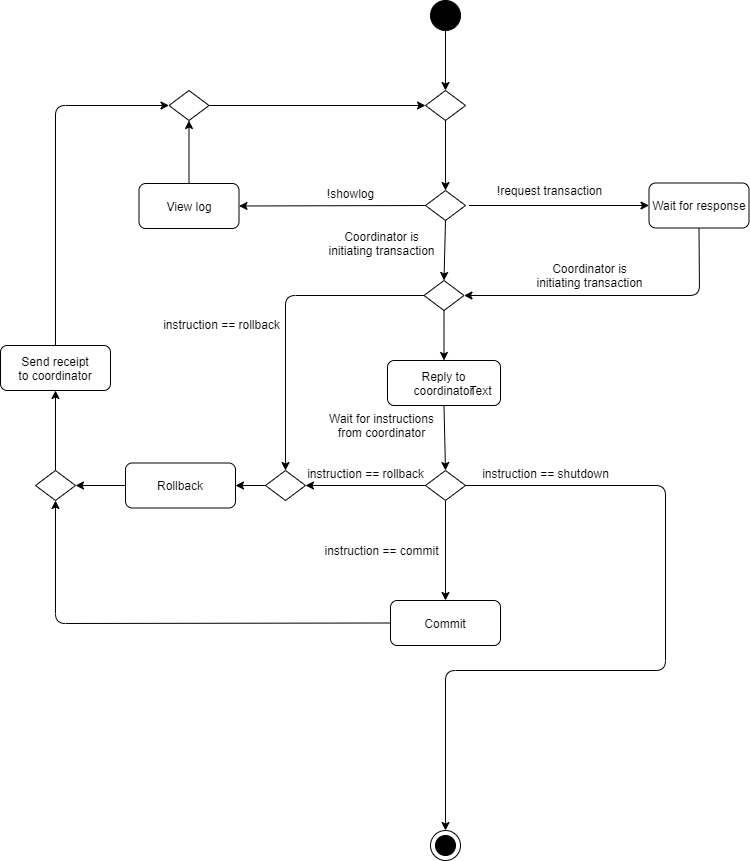
Before: documentation/figures/Aktivitetsdiagram.png, a diagram exported from draw.io (willdalh/tpcp). Source tidied: cells renumbered, new cells last; positions are measured from the earlier drawing's top-left corner, leaving out a move shared by most shapes.
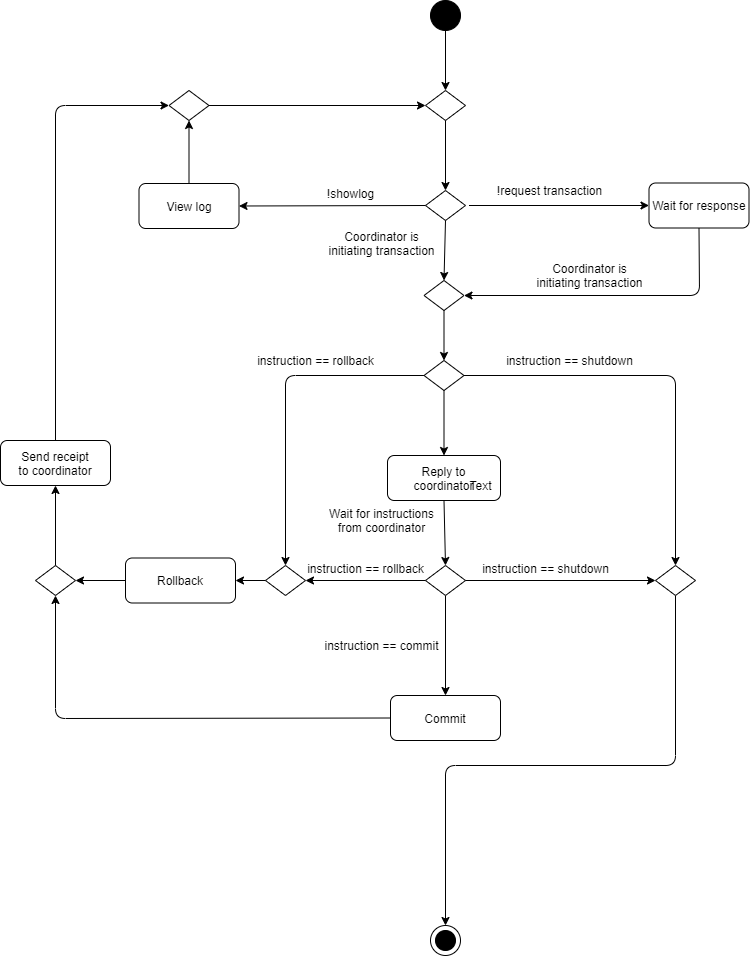
After the change.

Change to the diagram source:
```diff
@@ -3,10 +3,10 @@
     <mxCell id="0" />
     <mxCell id="1" parent="0" />
     <mxCell id="2" style="ellipse;whiteSpace=wrap;html=1;gradientColor=none;fillColor=#000000;" parent="1" vertex="1">
-      <mxGeometry x="430" width="30" height="30" as="geometry" />
+      <mxGeometry x="430" y="-95" width="30" height="30" as="geometry" />
     </mxCell>
     <mxCell id="3" style="rhombus;whiteSpace=wrap;html=1;fillColor=#FFFFFF;gradientColor=none;" parent="1" vertex="1">
-      <mxGeometry x="425" y="190" width="40" height="30" as="geometry" />
+      <mxGeometry x="425" y="95" width="40" height="30" as="geometry" />
     </mxCell>
     <mxCell id="4" style="endArrow=classic;html=1;exitX=0.5;exitY=1;exitDx=0;exitDy=0;entryX=0.5;entryY=0;entryDx=0;entryDy=0;" parent="1" edge="1" source="3" target="41">
       <mxGeometry relative="1" as="geometry" />
@@ -15,7 +15,7 @@
       <mxGeometry relative="1" as="geometry" />
     </mxCell>
     <mxCell id="6" value="Coordinator is&lt;br&gt;initiating transaction" style="text;html=1;align=center;verticalAlign=middle;" parent="1" vertex="1">
-      <mxGeometry x="321" y="227.5" width="120" height="30" as="geometry" />
+      <mxGeometry x="321" y="132.5" width="120" height="30" as="geometry" />
     </mxCell>
     <mxCell id="7" value="Reply to&lt;br&gt;coordinator" style="rounded=1;whiteSpace=wrap;html=1;fillColor=#FFFFFF;gradientColor=none;" parent="1" vertex="1">
       <mxGeometry x="387" y="360" width="113" height="45" as="geometry" />
@@ -27,40 +27,40 @@
       <mxGeometry relative="1" as="geometry" />
     </mxCell>
     <mxCell id="10" style="rhombus;whiteSpace=wrap;html=1;fillColor=#FFFFFF;gradientColor=none;" parent="1" vertex="1">
-      <mxGeometry x="425" y="90" width="40" height="30" as="geometry" />
+      <mxGeometry x="425" y="-5" width="40" height="30" as="geometry" />
     </mxCell>
     <mxCell id="11" style="endArrow=classic;html=1;exitX=0.5;exitY=1;exitDx=0;exitDy=0;entryX=0.5;entryY=0;entryDx=0;entryDy=0;" parent="1" edge="1" source="10" target="3">
       <mxGeometry relative="1" as="geometry" />
     </mxCell>
     <mxCell id="12" style="endArrow=classic;html=1;entryX=0;entryY=0.5;entryDx=0;entryDy=0;" parent="1" edge="1" target="14">
       <mxGeometry relative="1" as="geometry">
-        <mxPoint x="468.5" y="205" as="sourcePoint" />
+        <mxPoint x="468.5" y="110" as="sourcePoint" />
       </mxGeometry>
     </mxCell>
     <mxCell id="13" value="!request transaction" style="text;html=1;align=center;verticalAlign=middle;" parent="1" vertex="1">
-      <mxGeometry x="488.5" y="180" width="120" height="20" as="geometry" />
+      <mxGeometry x="488.5" y="85" width="120" height="20" as="geometry" />
     </mxCell>
     <mxCell id="14" value="Wait for response" style="rounded=1;whiteSpace=wrap;html=1;fillColor=#FFFFFF;gradientColor=none;" parent="1" vertex="1">
-      <mxGeometry x="648.5" y="182.5" width="100" height="45" as="geometry" />
+      <mxGeometry x="648.5" y="87.5" width="100" height="45" as="geometry" />
     </mxCell>
     <mxCell id="15" style="endArrow=classic;html=1;exitX=0.5;exitY=1;exitDx=0;exitDy=0;entryX=1;entryY=0.5;entryDx=0;entryDy=0;" parent="1" edge="1" source="14" target="41">
       <mxGeometry relative="1" as="geometry">
         <Array as="points">
-          <mxPoint x="699" y="295" />
+          <mxPoint x="699" y="200" />
         </Array>
       </mxGeometry>
     </mxCell>
     <mxCell id="16" value="Coordinator is&lt;br&gt;initiating transaction" style="text;html=1;align=center;verticalAlign=middle;" parent="1" vertex="1">
-      <mxGeometry x="528.5" y="260" width="120" height="30" as="geometry" />
+      <mxGeometry x="528.5" y="165" width="120" height="30" as="geometry" />
     </mxCell>
     <mxCell id="17" style="endArrow=classic;html=1;exitX=0;exitY=0.5;exitDx=0;exitDy=0;entryX=1;entryY=0.5;entryDx=0;entryDy=0;" parent="1" edge="1" source="3" target="19">
       <mxGeometry relative="1" as="geometry" />
     </mxCell>
     <mxCell id="18" value="!showlog" style="text;html=1;align=center;verticalAlign=middle;" parent="1" vertex="1">
-      <mxGeometry x="319.5" y="183" width="60" height="20" as="geometry" />
+      <mxGeometry x="319.5" y="88" width="60" height="20" as="geometry" />
     </mxCell>
     <mxCell id="19" value="View log" style="rounded=1;whiteSpace=wrap;html=1;fillColor=#FFFFFF;gradientColor=none;" parent="1" vertex="1">
-      <mxGeometry x="138.5" y="183" width="100" height="45" as="geometry" />
+      <mxGeometry x="138.5" y="88" width="100" height="45" as="geometry" />
     </mxCell>
     <mxCell id="20" style="endArrow=classic;html=1;exitX=0.5;exitY=1;exitDx=0;exitDy=0;entryX=0.5;entryY=0;entryDx=0;entryDy=0;" parent="1" edge="1" source="22" target="24">
       <mxGeometry relative="1" as="geometry" />
@@ -106,12 +106,12 @@
       <mxGeometry y="345" width="110" height="45" as="geometry" />
     </mxCell>
     <mxCell id="33" style="rhombus;whiteSpace=wrap;html=1;fillColor=#FFFFFF;gradientColor=none;" parent="1" vertex="1">
-      <mxGeometry x="168.5" y="90" width="40" height="30" as="geometry" />
+      <mxGeometry x="168.5" y="-5" width="40" height="30" as="geometry" />
     </mxCell>
     <mxCell id="34" style="endArrow=classic;html=1;exitX=0.5;exitY=0;exitDx=0;exitDy=0;entryX=0;entryY=0.5;entryDx=0;entryDy=0;" parent="1" edge="1" source="32" target="33">
       <mxGeometry relative="1" as="geometry">
         <Array as="points">
-          <mxPoint x="55" y="105" />
+          <mxPoint x="55" y="10" />
         </Array>
       </mxGeometry>
     </mxCell>
@@ -124,11 +124,10 @@
     <mxCell id="37" value="instruction == shutdown" style="text;html=1;align=center;verticalAlign=middle;" parent="1" vertex="1">
       <mxGeometry x="475" y="462.5" width="140" height="20" as="geometry" />
     </mxCell>
-    <mxCell id="38" style="endArrow=classic;html=1;exitX=1;exitY=0.5;exitDx=0;exitDy=0;entryX=0.5;entryY=0;entryDx=0;entryDy=0;" parent="1" edge="1" source="22" target="39">
+    <mxCell id="38" style="endArrow=classic;html=1;exitX=0.5;exitY=1;exitDx=0;exitDy=0;entryX=0.5;entryY=0;entryDx=0;entryDy=0;" parent="1" edge="1" source="49" target="39">
       <mxGeometry relative="1" as="geometry">
         <Array as="points">
-          <mxPoint x="665" y="485" />
-          <mxPoint x="665" y="670" />
+          <mxPoint x="675" y="670" />
           <mxPoint x="445" y="670" />
         </Array>
       </mxGeometry>
@@ -140,15 +139,15 @@
       <mxGeometry x="435" y="835" width="20" height="20" as="geometry" />
     </mxCell>
     <mxCell id="41" style="rhombus;whiteSpace=wrap;html=1;fillColor=#FFFFFF;gradientColor=none;" parent="1" vertex="1">
-      <mxGeometry x="423.5" y="280" width="40" height="30" as="geometry" />
+      <mxGeometry x="423.5" y="185" width="40" height="30" as="geometry" />
     </mxCell>
-    <mxCell id="42" style="endArrow=classic;html=1;exitX=0.5;exitY=1;exitDx=0;exitDy=0;entryX=0.5;entryY=0;entryDx=0;entryDy=0;" parent="1" edge="1" source="41" target="7">
+    <mxCell id="42" style="endArrow=classic;html=1;exitX=0.5;exitY=1;exitDx=0;exitDy=0;entryX=0.5;entryY=0;entryDx=0;entryDy=0;" parent="1" edge="1" source="41" target="47">
       <mxGeometry relative="1" as="geometry" />
     </mxCell>
-    <mxCell id="43" style="endArrow=classic;html=1;exitX=0;exitY=0.5;exitDx=0;exitDy=0;entryX=0.5;entryY=0;entryDx=0;entryDy=0;" parent="1" edge="1" source="41" target="44">
+    <mxCell id="43" style="endArrow=classic;html=1;exitX=0;exitY=0.5;exitDx=0;exitDy=0;entryX=0.5;entryY=0;entryDx=0;entryDy=0;" parent="1" edge="1" source="47" target="44">
       <mxGeometry relative="1" as="geometry">
         <Array as="points">
-          <mxPoint x="285" y="295" />
+          <mxPoint x="285" y="280" />
         </Array>
       </mxGeometry>
     </mxCell>
@@ -159,7 +158,29 @@
       <mxGeometry relative="1" as="geometry" />
     </mxCell>
     <mxCell id="46" value="instruction == rollback" style="text;html=1;align=center;verticalAlign=middle;" parent="1" vertex="1">
-      <mxGeometry x="156" y="314" width="130" height="20" as="geometry" />
+      <mxGeometry x="249.5" y="255" width="130" height="20" as="geometry" />
     </mxCell>
+    <mxCell id="47" style="rhombus;whiteSpace=wrap;html=1;fillColor=#FFFFFF;gradientColor=none;" parent="1" vertex="1">
+      <mxGeometry x="423.5" y="265" width="40" height="30" as="geometry" />
+    </mxCell>
+    <mxCell id="48" style="endArrow=classic;html=1;exitX=0.5;exitY=1;exitDx=0;exitDy=0;entryX=0.5;entryY=0;entryDx=0;entryDy=0;" parent="1" edge="1" source="47" target="7">
+      <mxGeometry relative="1" as="geometry" />
+    </mxCell>
+    <mxCell id="49" style="rhombus;whiteSpace=wrap;html=1;fillColor=#FFFFFF;gradientColor=none;" parent="1" vertex="1">
+      <mxGeometry x="655" y="470" width="40" height="30" as="geometry" />
+    </mxCell>
+    <mxCell id="50" style="endArrow=classic;html=1;exitX=1;exitY=0.5;exitDx=0;exitDy=0;entryX=0;entryY=0.5;entryDx=0;entryDy=0;" parent="1" edge="1" source="22" target="49">
+      <mxGeometry relative="1" as="geometry" />
+    </mxCell>
+    <mxCell id="51" style="endArrow=classic;html=1;exitX=1;exitY=0.5;exitDx=0;exitDy=0;" parent="1" edge="1" source="47" target="49">
+      <mxGeometry relative="1" as="geometry">
+        <Array as="points">
+          <mxPoint x="675" y="280" />
+        </Array>
+      </mxGeometry>
+    </mxCell>
+    <mxCell id="52" value="instruction == shutdown" style="text;html=1;align=center;verticalAlign=middle;" parent="1" vertex="1">
+      <mxGeometry x="499" y="255" width="140" height="20" as="geometry" />
+    </mxCell>
   </root>
 </mxGraphModel>
```
